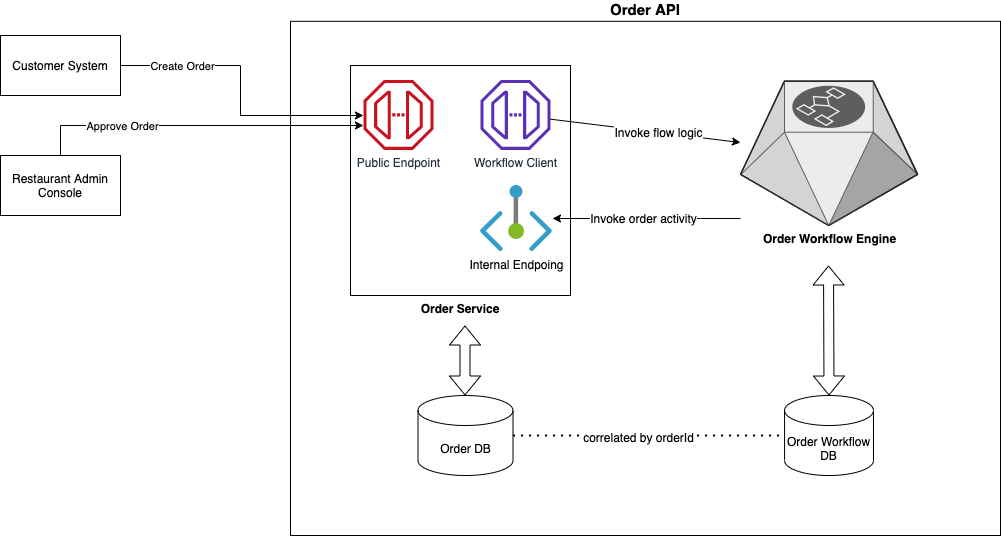
This is doc/architecture.drawio.png from chenjianjx/pizza-order-workflow-demo, a draw.io export, as it was before one commit. Source tidied: cells renumbered, new cells last; positions are measured from the earlier drawing's top-left corner, leaving out a move shared by most shapes.
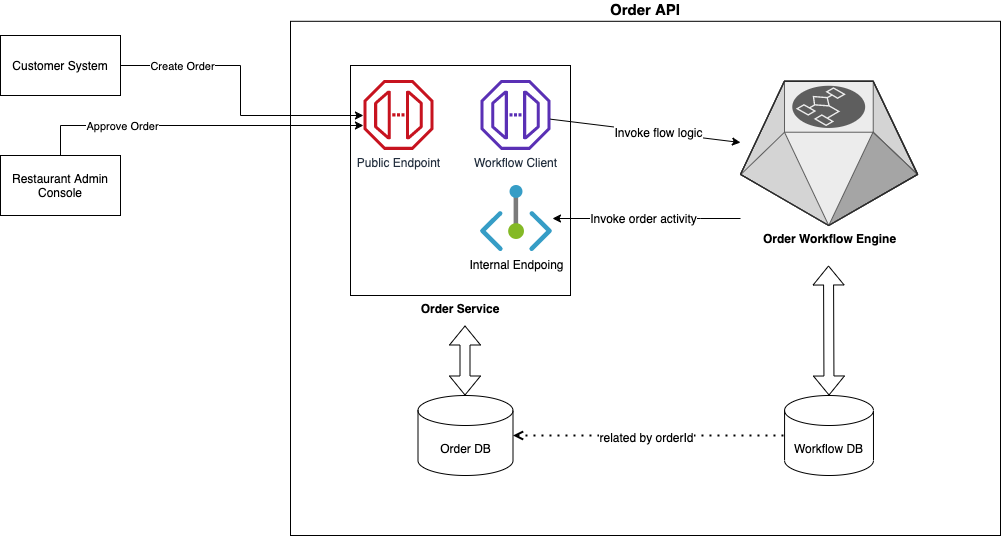
After the change.

Diff of the diagram source:
```diff
@@ -37,7 +37,7 @@
     <mxCell id="11" value="Order DB" style="shape=cylinder3;whiteSpace=wrap;html=1;boundedLbl=1;backgroundOutline=1;size=15;" parent="1" vertex="1">
       <mxGeometry x="417.5" y="374" width="95" height="80" as="geometry" />
     </mxCell>
-    <mxCell id="12" value="Order Workflow DB" style="shape=cylinder3;whiteSpace=wrap;html=1;boundedLbl=1;backgroundOutline=1;size=15;" parent="1" vertex="1">
+    <mxCell id="12" value="Workflow DB" style="shape=cylinder3;whiteSpace=wrap;html=1;boundedLbl=1;backgroundOutline=1;size=15;" parent="1" vertex="1">
       <mxGeometry x="784.1" y="374" width="88.9" height="80" as="geometry" />
     </mxCell>
     <mxCell id="13" style="endArrow=classic;html=1;" parent="1" edge="1" source="6" target="10">
@@ -81,12 +81,12 @@
     <mxCell id="21" value="Restaurant Admin Console" style="rounded=0;whiteSpace=wrap;html=1;" parent="1" vertex="1">
       <mxGeometry y="134" width="120" height="60" as="geometry" />
     </mxCell>
-    <mxCell id="22" style="endArrow=none;dashed=1;html=1;dashPattern=1 3;strokeWidth=2;fontSize=15;exitX=1;exitY=0.5;exitDx=0;exitDy=0;exitPerimeter=0;entryX=0;entryY=0.5;entryDx=0;entryDy=0;entryPerimeter=0;" parent="1" edge="1" source="11" target="12">
+    <mxCell id="22" style="endArrow=none;dashed=1;html=1;dashPattern=1 3;strokeWidth=2;fontSize=15;exitX=1;exitY=0.5;exitDx=0;exitDy=0;exitPerimeter=0;entryX=0;entryY=0.5;entryDx=0;entryDy=0;entryPerimeter=0;startArrow=open;startFill=0;" parent="1" edge="1" source="11" target="12">
       <mxGeometry relative="1" as="geometry" />
     </mxCell>
-    <mxCell id="23" value="&lt;font style=&quot;font-size: 12px&quot;&gt;correlated by orderId&lt;/font&gt;" style="edgeLabel;html=1;align=center;verticalAlign=middle;fontSize=15;" parent="22" vertex="1">
+    <mxCell id="23" value="&lt;font style=&quot;font-size: 12px&quot;&gt;related by orderId&lt;/font&gt;" style="edgeLabel;html=1;align=center;verticalAlign=middle;fontSize=15;" parent="22" vertex="1">
       <mxGeometry x="-0.09" relative="1" as="geometry">
-        <mxPoint x="1" as="offset" />
+        <mxPoint x="9" as="offset" />
       </mxGeometry>
     </mxCell>
     <mxCell id="24" style="shape=flexArrow;endArrow=classic;startArrow=classic;html=1;exitX=0.5;exitY=0;exitDx=0;exitDy=0;exitPerimeter=0;" parent="1" edge="1" source="12">
```
